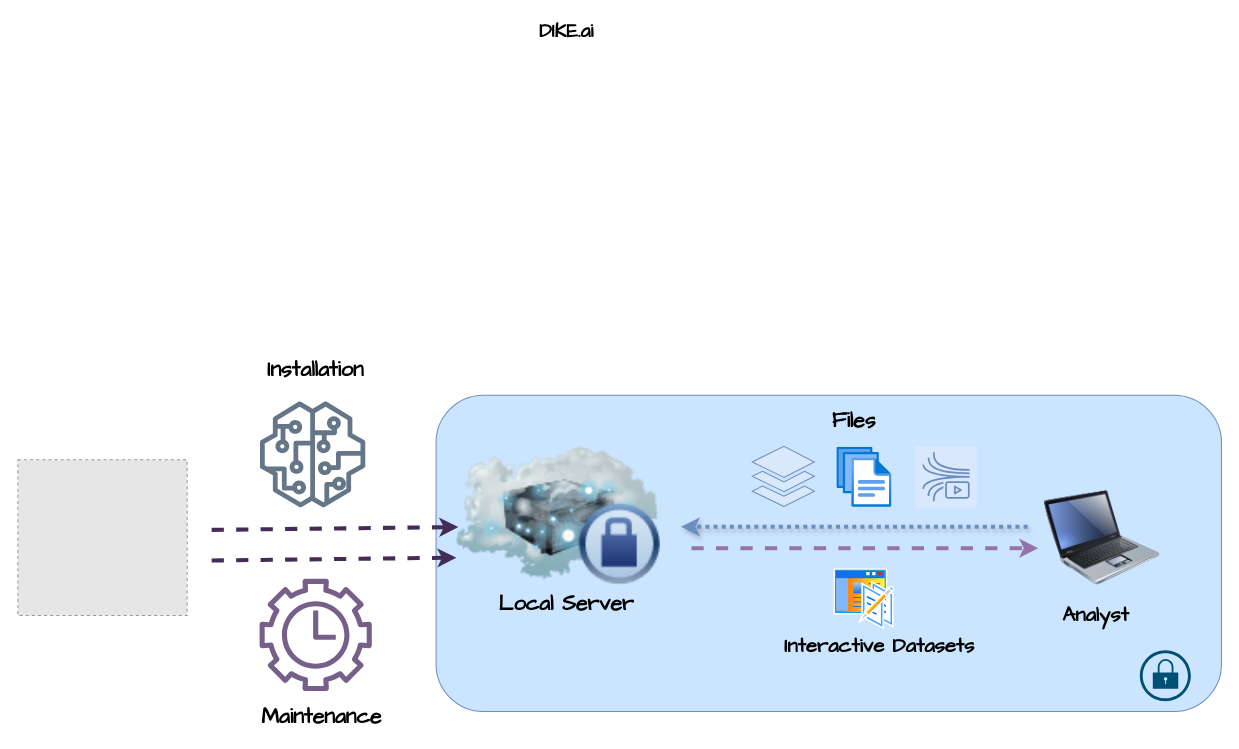
kellydingzx/mindmaps keeps this draw.io diagram as something.drawio. Above is the earlier version. Source tidied: cells renumbered, new cells numbered last; positions are measured from the earlier drawing's top-left corner, leaving out a move shared by most shapes. Both pictures are drawn from the tidied source at 102%, with x=0, y=0 at pixel (17, 28). Pictures stored in the file or linked from it are replaced by grey dashed boxes.
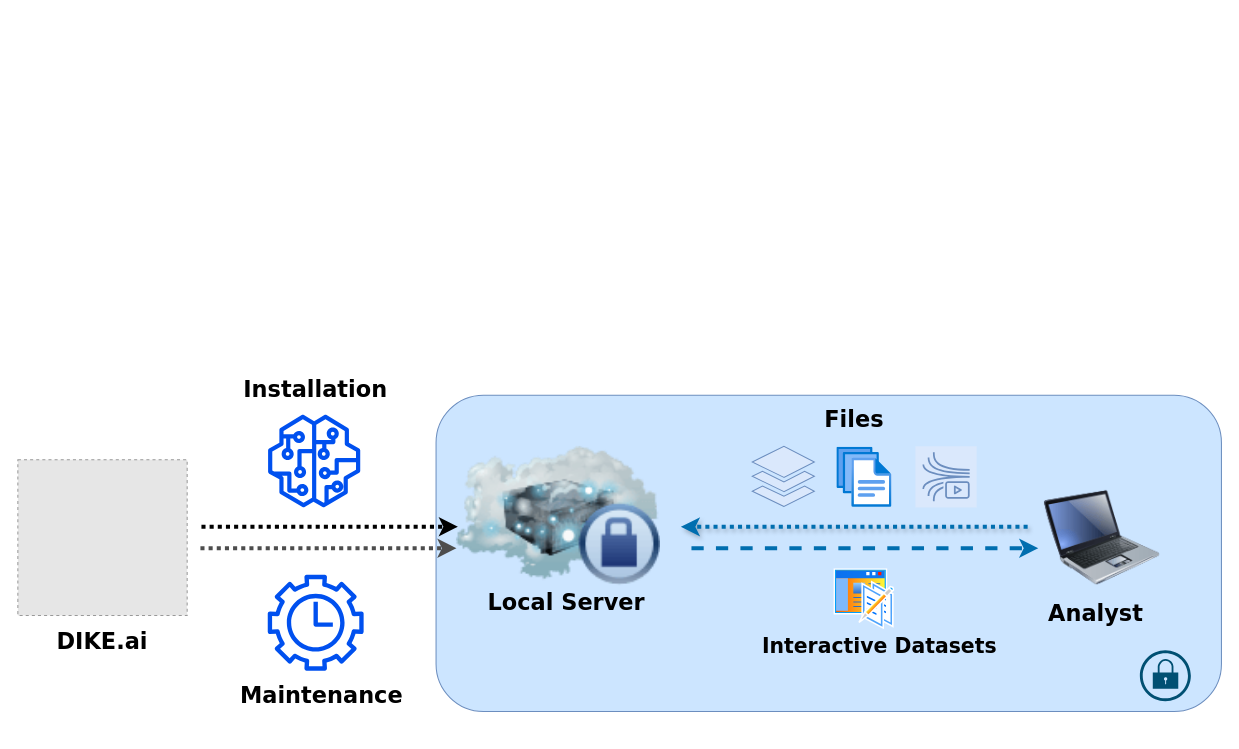
The same diagram, later.

The change refers to these unchanged cells:
```xml
<mxCell id="3" style="image;html=1;image=img/lib/clip_art/networking/Cloud_Server_Private_128x128.png;" parent="1" vertex="1">
  <mxGeometry x="430" y="396.9" width="200" height="163.1" as="geometry" />
</mxCell>
```

Change to the diagram source:
```diff
@@
-    <mxCell id="6" style="endArrow=classic;html=1;rounded=0;shadow=1;fillColor=#dae8fc;strokeColor=#6c8ebf;strokeWidth=4;dashed=1;dashPattern=1 1;" parent="1" edge="1">
+    <mxCell id="6" style="endArrow=classic;html=1;rounded=0;shadow=1;fillColor=#1ba1e2;strokeColor=#006EAF;strokeWidth=4;dashed=1;dashPattern=1 1;" parent="1" edge="1">
       <mxGeometry relative="1" as="geometry">
         <mxPoint x="990" y="489" as="sourcePoint" />
         <mxPoint x="650" y="489" as="targetPoint" />
       </mxGeometry>
     </mxCell>
-    <mxCell id="7" style="endArrow=classic;html=1;rounded=0;fillColor=#e1d5e7;strokeColor=#9673a6;strokeWidth=4;dashed=1;" parent="1" edge="1">
+    <mxCell id="7" style="endArrow=classic;html=1;rounded=0;fillColor=#1ba1e2;strokeColor=#006EAF;strokeWidth=4;dashed=1;" parent="1" edge="1">
       <mxGeometry relative="1" as="geometry">
         <mxPoint x="660.4" y="510" as="sourcePoint" />
         <mxPoint x="1000.4" y="510" as="targetPoint" />
       </mxGeometry>
     </mxCell>
-    <mxCell id="8" value="&lt;b style=&quot;font-size: 20px;&quot;&gt;&lt;font style=&quot;font-size: 20px;&quot; face=&quot;Comic Sans MS&quot;&gt;Analyst&lt;/font&gt;&lt;/b&gt;" style="text;html=1;align=center;verticalAlign=middle;whiteSpace=wrap;rounded=0;fontSize=20;" parent="1" vertex="1">
+    <mxCell id="8" value="&lt;b style=&quot;font-size: 22px;&quot;&gt;&lt;font style=&quot;font-size: 22px;&quot;&gt;Analyst&lt;/font&gt;&lt;/b&gt;" style="text;html=1;align=center;verticalAlign=middle;whiteSpace=wrap;rounded=0;fontSize=22;fontFamily=Verdana;" parent="1" vertex="1">
       <mxGeometry x="1026.5" y="560" width="60" height="30" as="geometry" />
     </mxCell>
@@
-    <mxCell id="10" value="&lt;b style=&quot;font-size: 21px;&quot;&gt;&lt;font face=&quot;Comic Sans MS&quot; style=&quot;font-size: 21px;&quot;&gt;Files&amp;nbsp;&lt;/font&gt;&lt;/b&gt;" style="text;html=1;align=center;verticalAlign=middle;whiteSpace=wrap;rounded=0;fontSize=21;" parent="1" vertex="1">
+    <mxCell id="10" value="&lt;b style=&quot;font-size: 22px;&quot;&gt;&lt;font style=&quot;font-size: 22px;&quot;&gt;Files&amp;nbsp;&lt;/font&gt;&lt;/b&gt;" style="text;html=1;align=center;verticalAlign=middle;whiteSpace=wrap;rounded=0;fontSize=22;fontFamily=Verdana;" parent="1" vertex="1">
       <mxGeometry x="794" y="370" width="60" height="30" as="geometry" />
     </mxCell>
-    <mxCell id="11" value="&lt;b style=&quot;font-size: 20px;&quot;&gt;&lt;font style=&quot;font-size: 20px;&quot; face=&quot;Comic Sans MS&quot;&gt;Interactive Datasets&lt;/font&gt;&lt;/b&gt;" style="text;html=1;align=center;verticalAlign=middle;whiteSpace=wrap;rounded=0;fontSize=20;" parent="1" vertex="1">
+    <mxCell id="11" value="&lt;b style=&quot;font-size: 20px;&quot;&gt;&lt;font style=&quot;font-size: 20px;&quot;&gt;Interactive Datasets&lt;/font&gt;&lt;/b&gt;" style="text;html=1;align=center;verticalAlign=middle;whiteSpace=wrap;rounded=0;fontSize=20;fontFamily=Verdana;" parent="1" vertex="1">
       <mxGeometry x="720" y="590" width="250" height="30" as="geometry" />
     </mxCell>
@@
-    <mxCell id="14" value="&lt;b style=&quot;font-size: 21px;&quot;&gt;&lt;font face=&quot;Comic Sans MS&quot; style=&quot;font-size: 21px;&quot;&gt;Local Server&lt;/font&gt;&lt;/b&gt;" style="text;html=1;align=center;verticalAlign=middle;whiteSpace=wrap;rounded=0;fontSize=21;" parent="1" vertex="1">
+    <mxCell id="14" value="&lt;b style=&quot;font-size: 22px;&quot;&gt;&lt;font style=&quot;font-size: 22px;&quot;&gt;Local Server&lt;/font&gt;&lt;/b&gt;" style="text;html=1;align=center;verticalAlign=middle;whiteSpace=wrap;rounded=0;fontSize=22;fontFamily=Verdana;" parent="1" vertex="1">
       <mxGeometry x="440" y="549.1" width="196" height="30" as="geometry" />
     </mxCell>
@@
-    <mxCell id="17" value="&lt;b&gt;&lt;font style=&quot;font-size: 19px;&quot; face=&quot;Comic Sans MS&quot;&gt;DIKE.ai&lt;/font&gt;&lt;/b&gt;&lt;div&gt;&lt;b&gt;&lt;font style=&quot;font-size: 19px;&quot; face=&quot;Comic Sans MS&quot;&gt;&lt;br&gt;&lt;/font&gt;&lt;/b&gt;&lt;/div&gt;" style="text;html=1;align=center;verticalAlign=middle;whiteSpace=wrap;rounded=0;" parent="1" vertex="1">
-      <mxGeometry x="508" width="60" height="30" as="geometry" />
+    <mxCell id="17" value="&lt;b style=&quot;font-size: 22px;&quot;&gt;&lt;font style=&quot;font-size: 22px;&quot;&gt;DIKE.ai&lt;/font&gt;&lt;/b&gt;&lt;div style=&quot;font-size: 22px;&quot;&gt;&lt;b style=&quot;font-size: 22px;&quot;&gt;&lt;font style=&quot;font-size: 22px;&quot;&gt;&lt;br style=&quot;font-size: 22px;&quot;&gt;&lt;/font&gt;&lt;/b&gt;&lt;/div&gt;" style="text;html=1;align=center;verticalAlign=middle;whiteSpace=wrap;rounded=0;fontSize=22;fontFamily=Verdana;" parent="1" vertex="1">
+      <mxGeometry x="53" y="600" width="60" height="30" as="geometry" />
     </mxCell>
-    <mxCell id="18" style="endArrow=classic;html=1;rounded=0;fillColor=#76608a;strokeColor=#432D57;strokeWidth=4;dashed=1;entryX=0.009;entryY=0.566;entryDx=0;entryDy=0;entryPerimeter=0;" parent="1" edge="1" target="3">
-      <mxGeometry relative="1" as="geometry">
-        <mxPoint x="190" y="492" as="sourcePoint" />
-      </mxGeometry>
-    </mxCell>
-    <mxCell id="19" style="sketch=0;fillColor=#647687;strokeColor=#314354;dashed=0;verticalLabelPosition=bottom;verticalAlign=top;align=center;html=1;fontSize=12;fontStyle=0;shape=mxgraph.aws4.sagemaker_model;fontColor=#ffffff;" parent="1" vertex="1">
-      <mxGeometry x="237" y="366" width="104" height="104" as="geometry" />
+    <mxCell id="19" style="sketch=0;fillColor=#0050ef;strokeColor=#312947;dashed=0;verticalLabelPosition=bottom;verticalAlign=top;align=center;html=1;fontSize=12;fontStyle=0;shape=mxgraph.aws4.sagemaker_model;fontColor=#ffffff;" parent="1" vertex="1">
+      <mxGeometry x="245" y="379" width="91" height="91" as="geometry" />
     </mxCell>
-    <mxCell id="20" style="sketch=0;fontColor=#ffffff;fillColor=#76608a;strokeColor=#432D57;dashed=0;verticalLabelPosition=bottom;verticalAlign=top;align=center;html=1;fontSize=12;fontStyle=0;shape=mxgraph.aws4.maintenance_windows;" parent="1" vertex="1">
-      <mxGeometry x="237" y="540" width="110" height="110" as="geometry" />
+    <mxCell id="20" style="sketch=0;fontColor=#ffffff;fillColor=#0050ef;strokeColor=#001DBC;dashed=0;verticalLabelPosition=bottom;verticalAlign=top;align=center;html=1;fontSize=12;fontStyle=0;shape=mxgraph.aws4.maintenance_windows;" parent="1" vertex="1">
+      <mxGeometry x="245" y="536" width="94" height="94" as="geometry" />
     </mxCell>
-    <mxCell id="21" style="endArrow=classic;html=1;rounded=0;fillColor=#76608a;strokeColor=#432D57;strokeWidth=4;dashed=1;entryX=0;entryY=0.75;entryDx=0;entryDy=0;" parent="1" edge="1" target="3">
-      <mxGeometry relative="1" as="geometry">
-        <mxPoint x="190" y="522" as="sourcePoint" />
-      </mxGeometry>
-    </mxCell>
-    <mxCell id="22" value="&lt;b style=&quot;font-size: 21px;&quot;&gt;&lt;font face=&quot;Comic Sans MS&quot; style=&quot;font-size: 21px;&quot;&gt;Installation&lt;/font&gt;&lt;/b&gt;" style="text;html=1;align=center;verticalAlign=middle;whiteSpace=wrap;rounded=0;fontSize=21;" parent="1" vertex="1">
-      <mxGeometry x="194" y="320" width="196" height="30" as="geometry" />
+    <mxCell id="22" value="&lt;b style=&quot;font-size: 22px;&quot;&gt;&lt;font style=&quot;font-size: 22px;&quot;&gt;Installation&lt;/font&gt;&lt;/b&gt;" style="text;html=1;align=center;verticalAlign=middle;whiteSpace=wrap;rounded=0;fontSize=22;fontFamily=Verdana;" parent="1" vertex="1">
+      <mxGeometry x="194" y="340" width="196" height="30" as="geometry" />
     </mxCell>
-    <mxCell id="23" value="&lt;b style=&quot;font-size: 21px;&quot;&gt;&lt;font face=&quot;Comic Sans MS&quot; style=&quot;font-size: 21px;&quot;&gt;Maintenance&lt;/font&gt;&lt;/b&gt;" style="text;html=1;align=center;verticalAlign=middle;whiteSpace=wrap;rounded=0;fontSize=21;" parent="1" vertex="1">
-      <mxGeometry x="200" y="660" width="196" height="30" as="geometry" />
+    <mxCell id="23" value="&lt;b style=&quot;font-size: 22px;&quot;&gt;&lt;font style=&quot;font-size: 22px;&quot;&gt;Maintenance&lt;/font&gt;&lt;/b&gt;" style="text;html=1;align=center;verticalAlign=middle;whiteSpace=wrap;rounded=0;fontSize=22;fontFamily=Verdana;" parent="1" vertex="1">
+      <mxGeometry x="200" y="640" width="196" height="30" as="geometry" />
     </mxCell>
+    <mxCell id="24" style="endArrow=classic;html=1;rounded=0;entryX=0.007;entryY=0.564;entryDx=0;entryDy=0;entryPerimeter=0;strokeWidth=4;dashed=1;dashPattern=1 1;" parent="1" edge="1" target="3">
+      <mxGeometry relative="1" as="geometry">
+        <mxPoint x="180" y="489" as="sourcePoint" />
+      </mxGeometry>
+    </mxCell>
+    <mxCell id="25" style="endArrow=classic;html=1;rounded=0;entryX=0.007;entryY=0.564;entryDx=0;entryDy=0;entryPerimeter=0;strokeWidth=4;dashed=1;dashPattern=1 1;strokeColor=#4D4D4D;" parent="1" edge="1">
+      <mxGeometry relative="1" as="geometry">
+        <mxPoint x="179" y="510" as="sourcePoint" />
+        <mxPoint x="430" y="510" as="targetPoint" />
+      </mxGeometry>
+    </mxCell>
```
